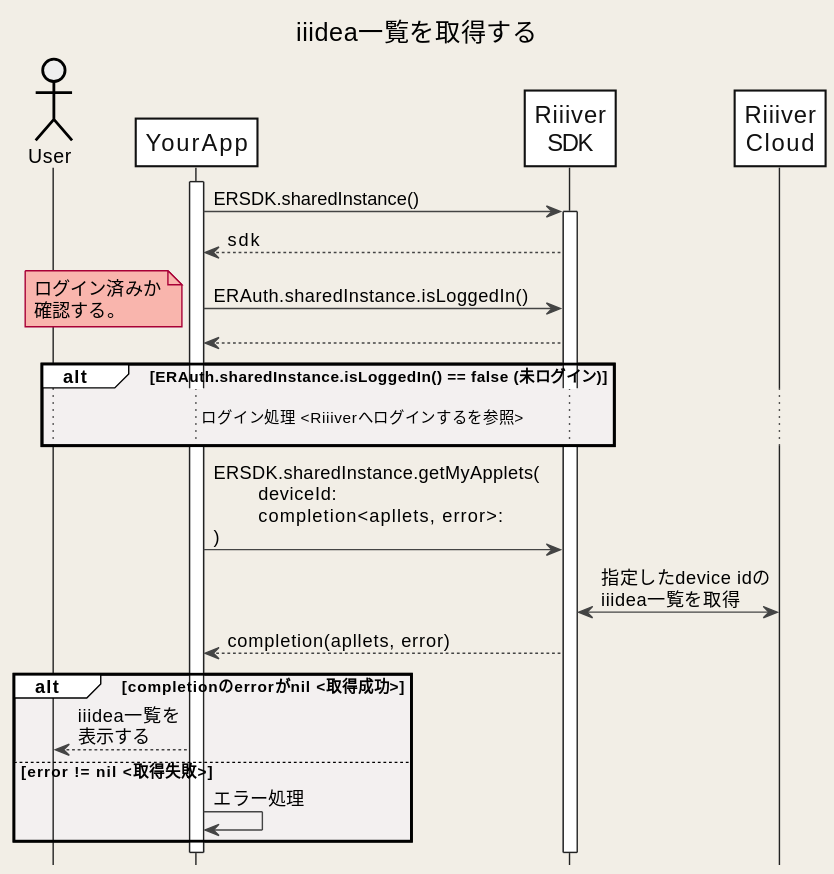
The PlantUML diagram images/Android/ja/Sequences/getIiideaList.svg in CitizenWatch/RiiiverResources, before a commit. Its diagram source:
```plantuml
@startuml
title iiidea一覧を取得する
hide footbox

skinparam DefaultFontName "Noto Sans JP, Helvetica, Arial, Liberation Sans"
skinparam BackgroundColor #F2EEE6
skinparam Shadowing false
skinparam NoteBackgroundColor #F9B5AD
skinparam NodeBorderColor #F26767

skinparam sequence {
ArrowColor #444444
ActorBorderColor Black
LifeLineBorderColor #222222
LifeLineBackgroundColor White
BoxBorderColor #FFFFFF
BoxBackgroundColor #F2fEf6
GroupBackgroundColor #FFFFFF
GroupBodyBackgroundColor #F3F0F0

ParticipantBorderColor #111111
ParticipantBackgroundColor White
ParticipantFontSize 17
ParticipantFontColor #111111
BoundaryBorderColor Gray
ActorBackgroundColor #eeeeee
ActorFontColor Black

}

actor User
participant YourApp as App
participant "Riiiver\nSDK" as ERSDK
participant "Riiiver\nCloud" as Riiiver

activate App

App -> ERSDK: ERSDK.sharedInstance()
activate ERSDK
App <-- ERSDK: sdk

App -> ERSDK: ERAuth.sharedInstance.isLoggedIn()
note left: ログイン済みか\n確認する。
ERSDK --> App:

alt ERAuth.sharedInstance.isLoggedIn() == false (未ログイン)
    ... ログイン処理 <Riiiverへログインするを参照>                           ...
end

App -> ERSDK: ERSDK.sharedInstance.getMyApplets(\n\tdeviceId:\n\tcompletion<apllets, error>:\n)
ERSDK <-> Riiiver: 指定したdevice idの\niiidea一覧を取得
App <-- ERSDK: completion(apllets, error)
alt completionのerrorがnil <取得成功>
    User <-- App: iiidea一覧を\n表示する
else error != nil <取得失敗>
    App -> App: エラー処理
end

@enduml
```
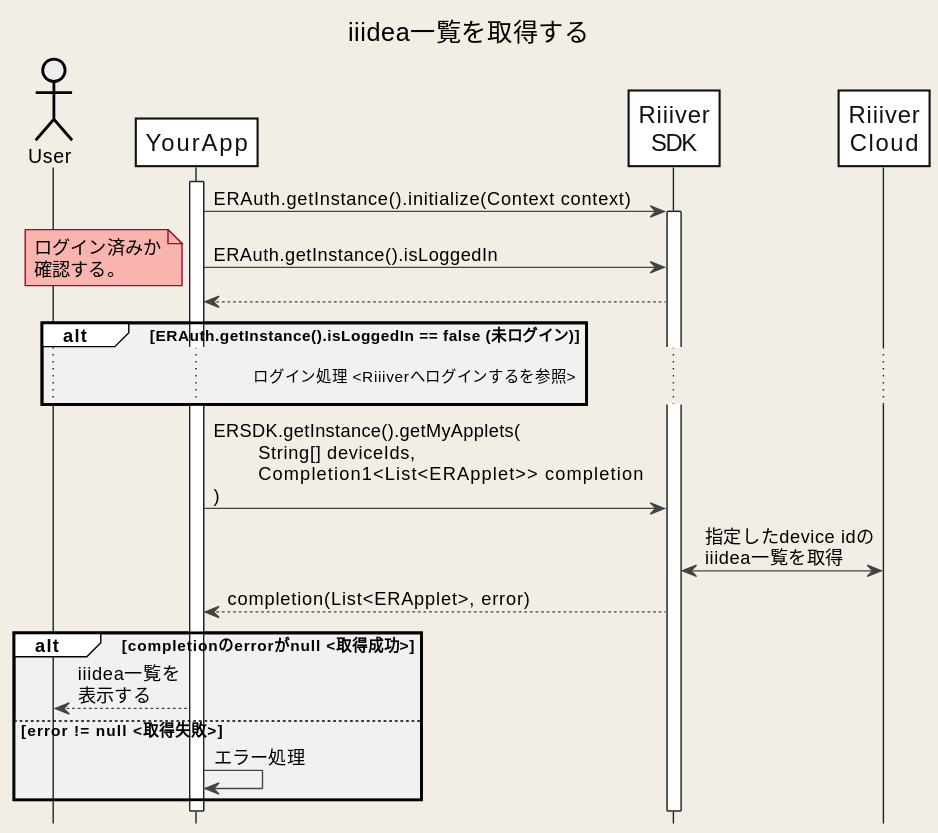
Above is the later version.

What changed in the source:
```diff
@@ -35,24 +35,23 @@
 
 activate App
 
-App -> ERSDK: ERSDK.sharedInstance()
+App -> ERSDK: ERAuth.getInstance().initialize(Context context)
 activate ERSDK
-App <-- ERSDK: sdk
 
-App -> ERSDK: ERAuth.sharedInstance.isLoggedIn()
+App -> ERSDK: ERAuth.getInstance().isLoggedIn
 note left: ログイン済みか\n確認する。
 ERSDK --> App:
 
-alt ERAuth.sharedInstance.isLoggedIn() == false (未ログイン)
+alt ERAuth.getInstance().isLoggedIn == false (未ログイン)
     ... ログイン処理 <Riiiverへログインするを参照>                           ...
 end
 
-App -> ERSDK: ERSDK.sharedInstance.getMyApplets(\n\tdeviceId:\n\tcompletion<apllets, error>:\n)
+App -> ERSDK: ERSDK.getInstance().getMyApplets(\n\tString[] deviceIds,\n\tCompletion1<List<ERApplet>> completion\n)
 ERSDK <-> Riiiver: 指定したdevice idの\niiidea一覧を取得
-App <-- ERSDK: completion(apllets, error)
-alt completionのerrorがnil <取得成功>
+App <-- ERSDK: completion(List<ERApplet>, error)
+alt completionのerrorがnull <取得成功>
     User <-- App: iiidea一覧を\n表示する
-else error != nil <取得失敗>
+else error != null <取得失敗>
     App -> App: エラー処理
 end
 
```
